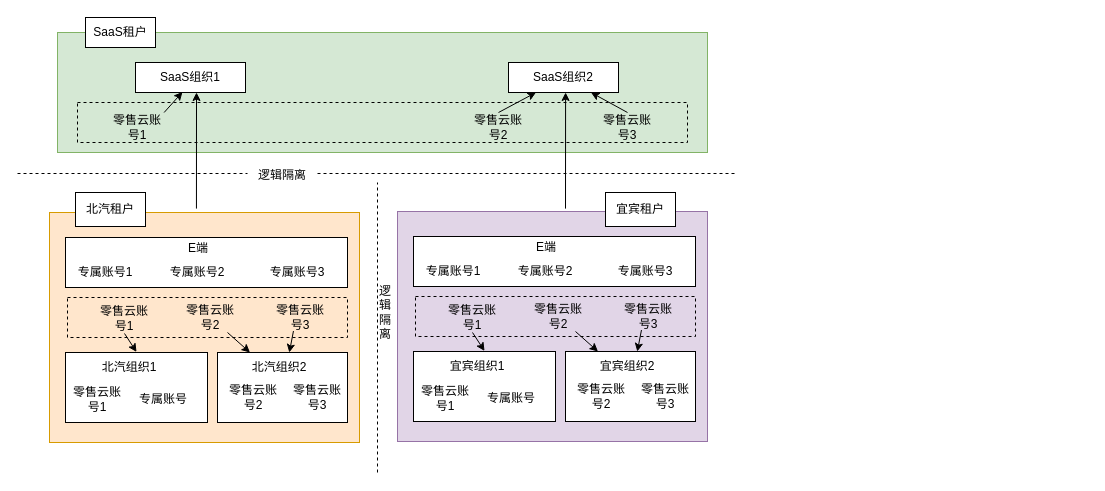
AjaxXu/Diagram keeps this draw.io diagram as JNOS账号模型.drawio. Above is the earlier version. Source tidied: cells renumbered, new cells numbered last; positions are measured from the earlier drawing's top-left corner, leaving out a move shared by most shapes. Both pictures are drawn from the tidied source at 100%, with x=0, y=0 at pixel (17, 17).
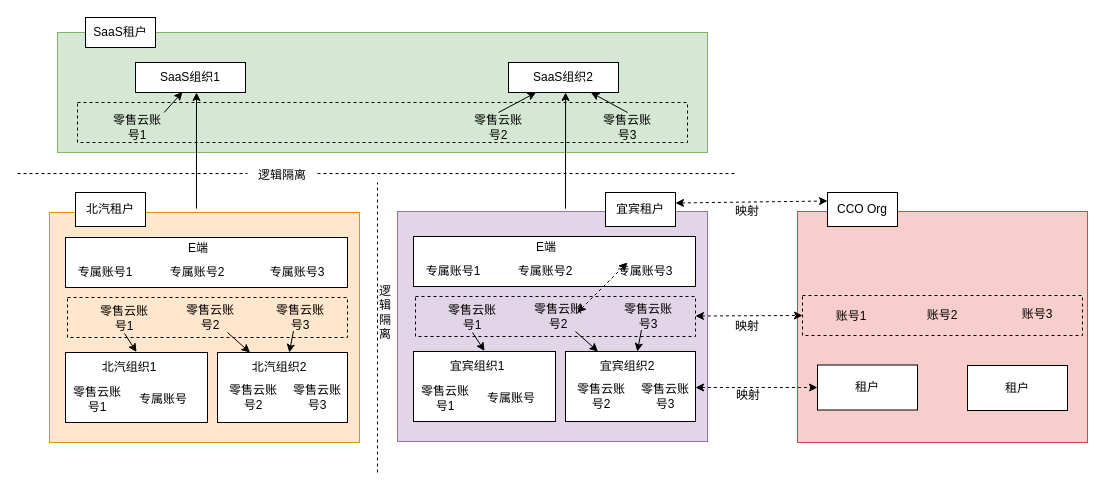
The same diagram, later.

Commit message (it also covers changes not shown here):
更新JNOS账号模型.drawio

What changed in the source:
```diff
@@
+    <mxCell id="64" style="rounded=0;whiteSpace=wrap;html=1;fillColor=#f8cecc;strokeColor=#b85450;" parent="1" vertex="1">
+      <mxGeometry x="780" y="194" width="290" height="231" as="geometry" />
+    </mxCell>
+    <mxCell id="65" value="CCO Org" style="rounded=0;whiteSpace=wrap;html=1;" parent="1" vertex="1">
+      <mxGeometry x="810" y="175" width="70" height="34" as="geometry" />
+    </mxCell>
+    <mxCell id="66" value="租户" style="rounded=0;whiteSpace=wrap;html=1;" parent="1" vertex="1">
+      <mxGeometry x="800" y="347.5" width="100" height="45" as="geometry" />
+    </mxCell>
+    <mxCell id="67" value="租户" style="rounded=0;whiteSpace=wrap;html=1;" parent="1" vertex="1">
+      <mxGeometry x="950" y="348" width="100" height="45" as="geometry" />
+    </mxCell>
+    <mxCell id="68" value="账号1" style="text;html=1;strokeColor=none;fillColor=none;align=center;verticalAlign=middle;whiteSpace=wrap;rounded=0;" parent="1" vertex="1">
+      <mxGeometry x="804" y="284" width="60" height="30" as="geometry" />
+    </mxCell>
+    <mxCell id="69" value="账号2" style="text;html=1;strokeColor=none;fillColor=none;align=center;verticalAlign=middle;whiteSpace=wrap;rounded=0;" parent="1" vertex="1">
+      <mxGeometry x="895" y="283" width="60" height="30" as="geometry" />
+    </mxCell>
+    <mxCell id="70" value="账号3" style="text;html=1;strokeColor=none;fillColor=none;align=center;verticalAlign=middle;whiteSpace=wrap;rounded=0;" parent="1" vertex="1">
+      <mxGeometry x="990" y="282" width="60" height="30" as="geometry" />
+    </mxCell>
+    <mxCell id="71" style="endArrow=classic;startArrow=classic;html=1;rounded=0;dashed=1;" parent="1" edge="1">
+      <mxGeometry relative="1" as="geometry">
+        <mxPoint x="560" y="295" as="sourcePoint" />
+        <mxPoint x="610" y="245" as="targetPoint" />
+      </mxGeometry>
+    </mxCell>
+    <mxCell id="72" style="endArrow=classic;startArrow=classic;html=1;rounded=0;dashed=1;entryX=0;entryY=0.5;entryDx=0;entryDy=0;" parent="1" edge="1" target="66">
+      <mxGeometry relative="1" as="geometry">
+        <mxPoint x="678" y="370" as="sourcePoint" />
+      </mxGeometry>
+    </mxCell>
+    <mxCell id="73" style="endArrow=classic;startArrow=classic;html=1;rounded=0;dashed=1;entryX=0;entryY=0.5;entryDx=0;entryDy=0;" parent="1" edge="1" target="74">
+      <mxGeometry relative="1" as="geometry">
+        <mxPoint x="678" y="298.5" as="sourcePoint" />
+      </mxGeometry>
+    </mxCell>
+    <mxCell id="74" style="rounded=0;whiteSpace=wrap;html=1;fillColor=none;dashed=1;" parent="1" vertex="1">
+      <mxGeometry x="785" y="278" width="280" height="40" as="geometry" />
+    </mxCell>
+    <mxCell id="75" style="endArrow=classic;startArrow=classic;html=1;rounded=0;dashed=1;entryX=0;entryY=0.25;entryDx=0;entryDy=0;" parent="1" edge="1" target="65">
+      <mxGeometry relative="1" as="geometry">
+        <mxPoint x="658" y="185.5" as="sourcePoint" />
+      </mxGeometry>
+    </mxCell>
+    <mxCell id="76" value="映射" style="text;html=1;strokeColor=none;fillColor=none;align=center;verticalAlign=middle;whiteSpace=wrap;rounded=0;dashed=1;" parent="1" vertex="1">
+      <mxGeometry x="700" y="179" width="60" height="30" as="geometry" />
+    </mxCell>
+    <mxCell id="77" value="映射" style="text;html=1;strokeColor=none;fillColor=none;align=center;verticalAlign=middle;whiteSpace=wrap;rounded=0;dashed=1;" parent="1" vertex="1">
+      <mxGeometry x="700" y="294" width="60" height="30" as="geometry" />
+    </mxCell>
+    <mxCell id="78" value="映射" style="text;html=1;strokeColor=none;fillColor=none;align=center;verticalAlign=middle;whiteSpace=wrap;rounded=0;dashed=1;" parent="1" vertex="1">
+      <mxGeometry x="701" y="362.5" width="60" height="30" as="geometry" />
+    </mxCell>
```
